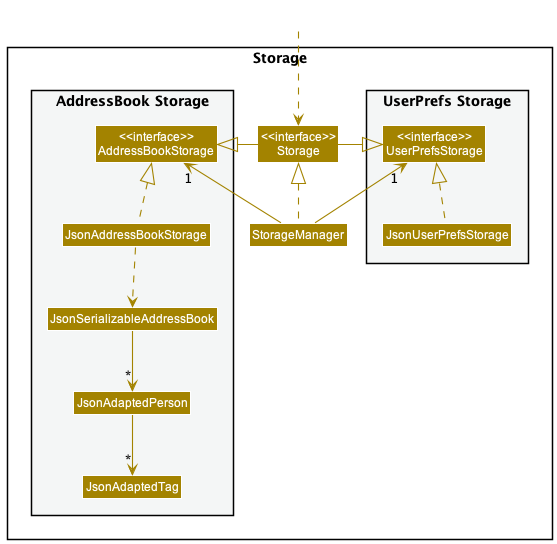
This is docs/images/StorageClassDiagram.png from nus-cs2103-AY2223S1/tp, a PlantUML export, as it was before one commit.
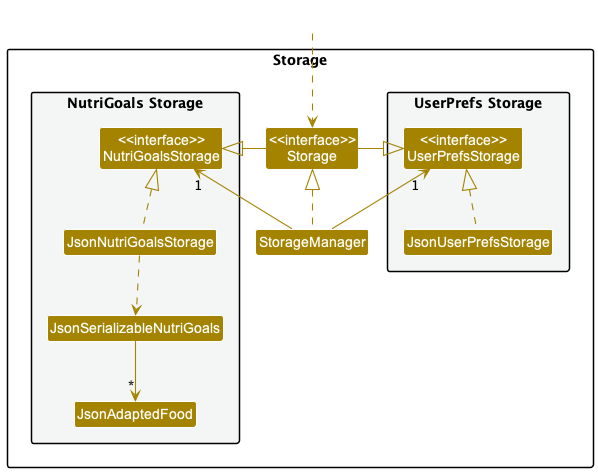
After the change.

The edit, as a diff of the source:
```diff
@@ -14,12 +14,11 @@
 Class "<<interface>>\nStorage" as Storage
 Class StorageManager
 
-package "AddressBook Storage" #F4F6F6{
-Class "<<interface>>\nAddressBookStorage" as AddressBookStorage
-Class JsonAddressBookStorage
-Class JsonSerializableAddressBook
-Class JsonAdaptedPerson
-Class JsonAdaptedTag
+package "NutriGoals Storage" #F4F6F6{
+Class "<<interface>>\nNutriGoalsStorage" as NutriGoalsStorage
+Class JsonNutriGoalsStorage
+Class JsonSerializableNutriGoals
+Class JsonAdaptedFood
 }
 
 }
@@ -29,15 +28,14 @@
 
 StorageManager .up.|> Storage
 StorageManager -up-> "1" UserPrefsStorage
-StorageManager -up-> "1" AddressBookStorage
+StorageManager -up-> "1" NutriGoalsStorage
 
 Storage -left-|> UserPrefsStorage
-Storage -right-|> AddressBookStorage
+Storage -right-|> NutriGoalsStorage
 
 JsonUserPrefsStorage .up.|> UserPrefsStorage
-JsonAddressBookStorage .up.|> AddressBookStorage
-JsonAddressBookStorage ..> JsonSerializableAddressBook
-JsonSerializableAddressBook --> "*" JsonAdaptedPerson
-JsonAdaptedPerson --> "*" JsonAdaptedTag
+JsonNutriGoalsStorage .up.|> NutriGoalsStorage
+JsonNutriGoalsStorage ..> JsonSerializableNutriGoals
+JsonSerializableNutriGoals --> "*" JsonAdaptedFood
 
 @enduml
```
